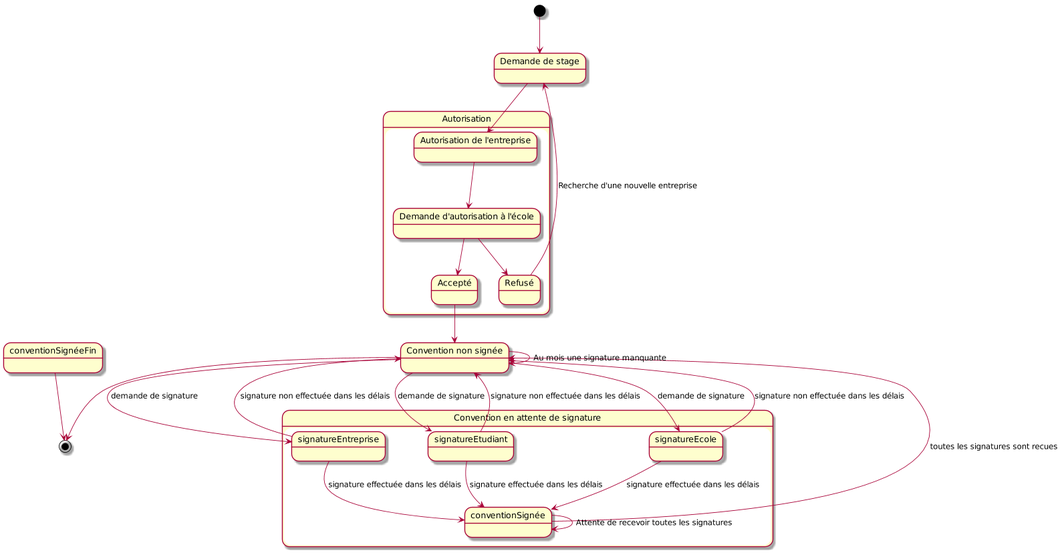
Above: Images/diagrammedetats.png in Patmosis/rapportConceptionUML (PlantUML), before the change.
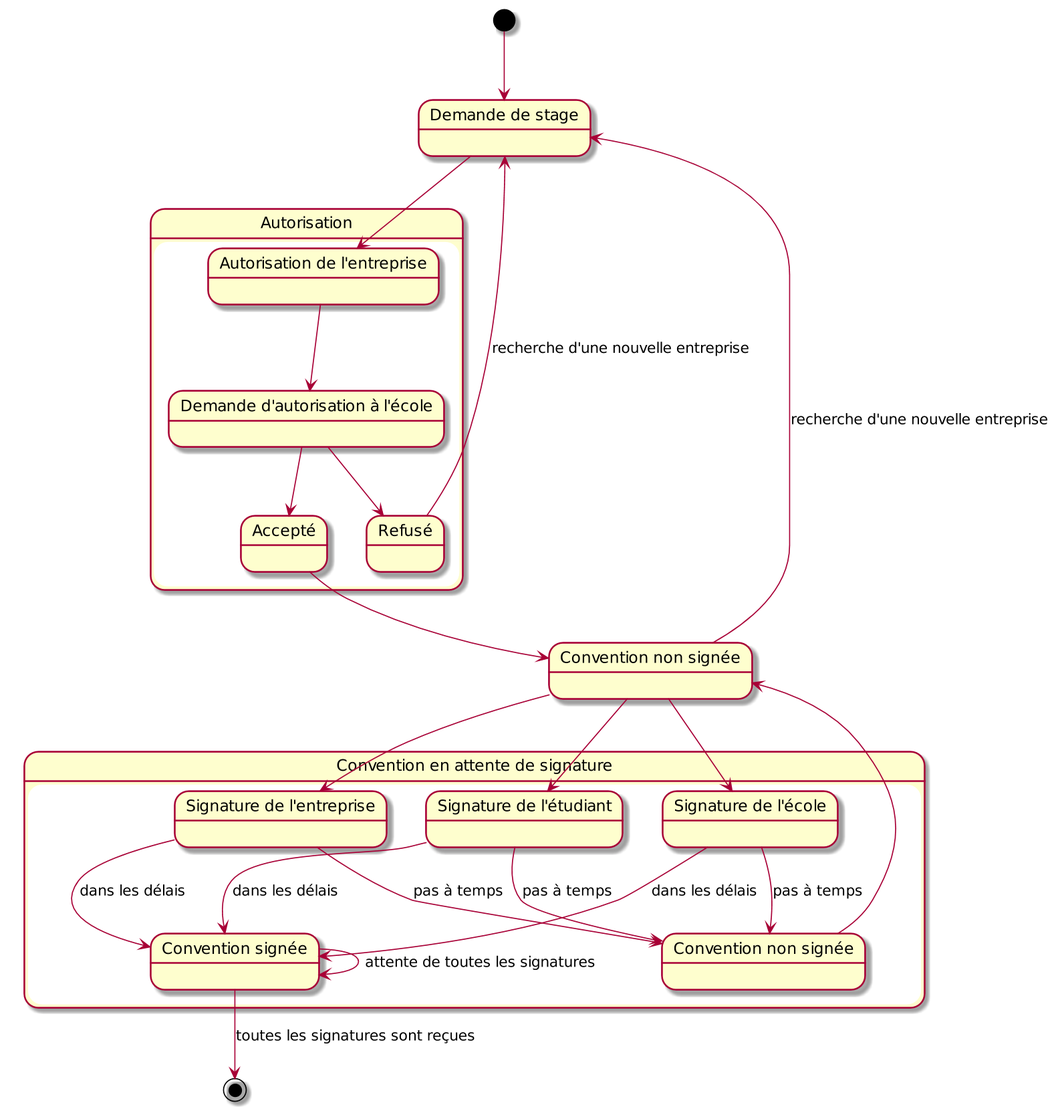
The same diagram one commit later.

The edit, as a diff of the source:
```diff
@@ -14,29 +14,34 @@
 }
 
 state "Convention non signée" as convNnSignee
-Refusé -up-> dds : Recherche d'une nouvelle entreprise
+Refusé -up-> dds : recherche d'une nouvelle entreprise
 Accepté -down-> convNnSignee
 
 
 
 
 state "Convention en attente de signature" as convAttSign {
-	convNnSignee -> signatureEntreprise : demande de signature
-	convNnSignee -> signatureEcole : demande de signature
-	convNnSignee -> signatureEtudiant : demande de signature
-	signatureEntreprise-down->conventionSignée : signature effectuée dans les délais
-	signatureEcole-down->conventionSignée : signature effectuée dans les délais
-	signatureEtudiant-down->conventionSignée : signature effectuée dans les délais
-	signatureEntreprise-up->convNnSignee : signature non effectuée dans les délais
-	signatureEcole-down->convNnSignee : signature non effectuée dans les délais
-	signatureEtudiant-up->convNnSignee : signature non effectuée dans les délais
-	conventionSignée-->convNnSignee : toutes les signatures sont recues
-	convNnSignee->convNnSignee : Au mois une signature manquante
+	state "Convention non signée" as nonSignee
+	state "Signature de l'entreprise" as signatureEntreprise
+	state "Signature de l'école" as signatureEcole
+	state "Signature de l'étudiant" as signatureEtudiant
+	state "Convention signée" as conventionSignée
 
-	conventionSignée->conventionSignée : Attente de recevoir toutes les signatures
+	convNnSignee -> signatureEntreprise
+	convNnSignee -> signatureEcole
+	convNnSignee -> signatureEtudiant
+	signatureEntreprise -down-> conventionSignée : dans les délais
+	signatureEcole -down-> conventionSignée : dans les délais
+	signatureEtudiant -down-> conventionSignée : dans les délais
+	signatureEntreprise -down-> nonSignee : pas à temps
+	signatureEcole -down-> nonSignee : pas à temps
+	signatureEtudiant -down-> nonSignee : pas à temps
+
+	conventionSignée->conventionSignée : attente de toutes les signatures
+	nonSignee->convNnSignee
 }
 
-convNnSignee --> [*]
-conventionSignéeFin -down->[*]
+convNnSignee -up-> dds : recherche d'une nouvelle entreprise
+conventionSignée -down->[*] : toutes les signatures sont reçues
 
 @enduml
```
